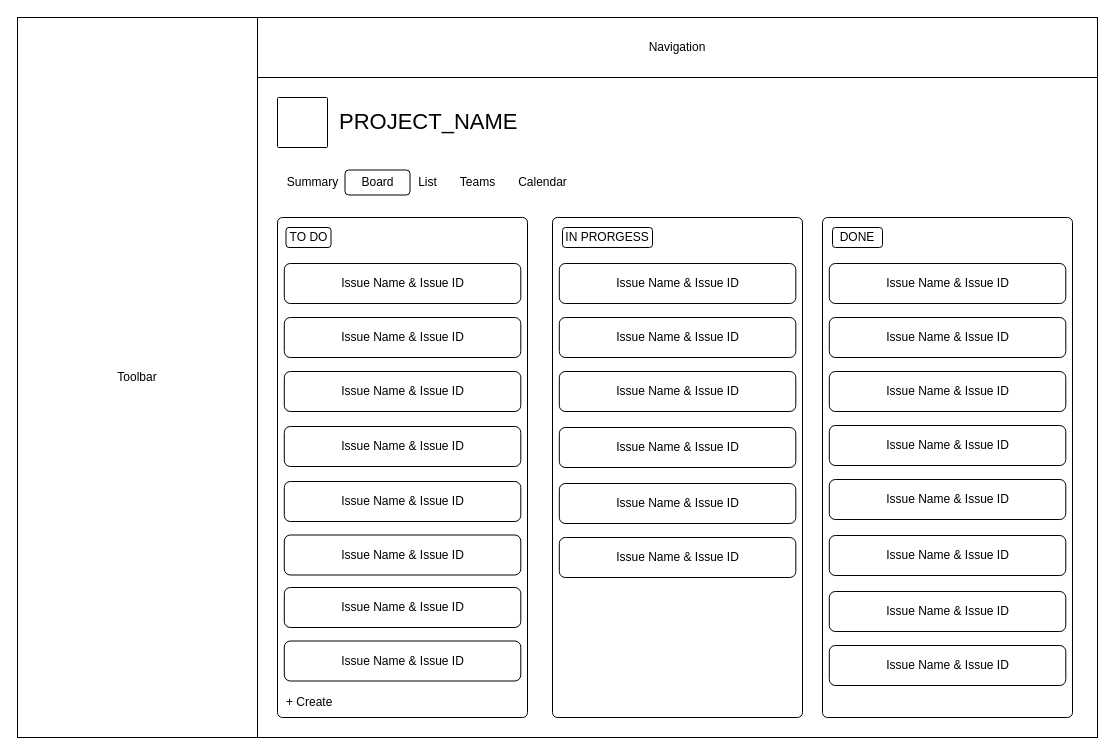
Earlier version of the draw.io diagram docs/designs/projects/project-details-board.drawio (AlexBosca/BugTracker). Source tidied: cells renumbered, new cells numbered last; positions are measured from the earlier drawing's top-left corner, leaving out a move shared by most shapes. Both pictures are drawn from the tidied source at 100%, with x=0, y=0 at pixel (17, 17).
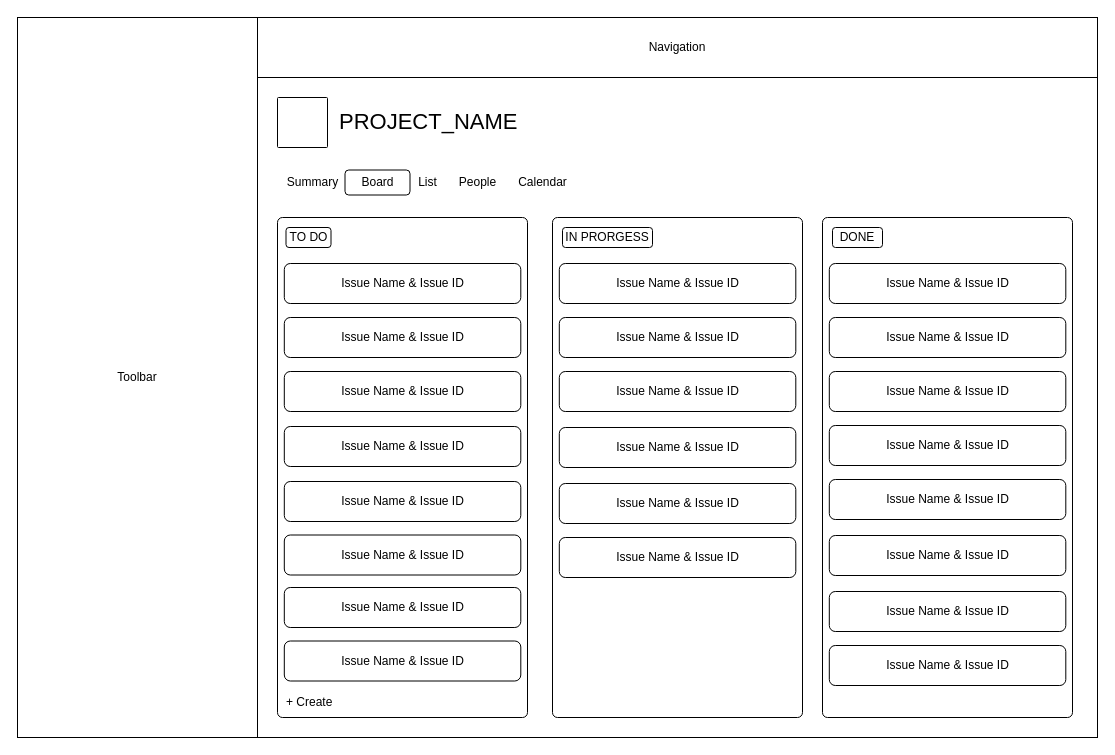
The same diagram, later.

Change to the diagram source:
```diff
@@
-    <mxCell id="10" value="Teams" style="text;html=1;align=center;verticalAlign=middle;strokeColor=none;fillColor=none;" parent="1" vertex="1">
+    <mxCell id="10" value="People" style="text;html=1;align=center;verticalAlign=middle;strokeColor=none;fillColor=none;" parent="1" vertex="1">
       <mxGeometry x="430" y="150" width="60" height="30" as="geometry" />
     </mxCell>
```
